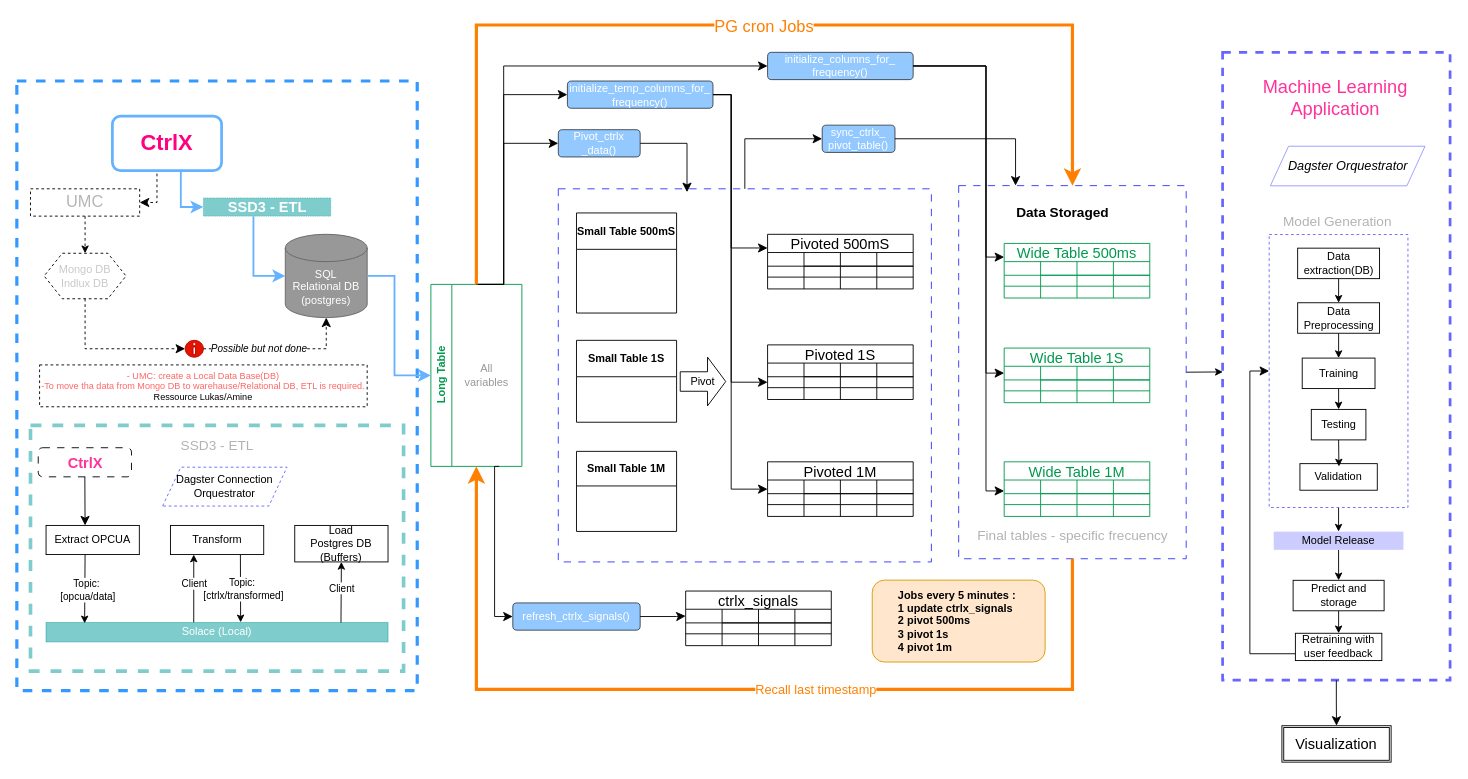
This is images/dataflows.drawio from manuelcaipocc/etl-data-streaming, a draw.io file, before an edit. Source tidied: cells renumbered, new cells numbered last; positions are measured from the earlier drawing's top-left corner, leaving out a move shared by most shapes. Both pictures are drawn from the tidied source at 91%, with x=0, y=0 at pixel (16, 25).
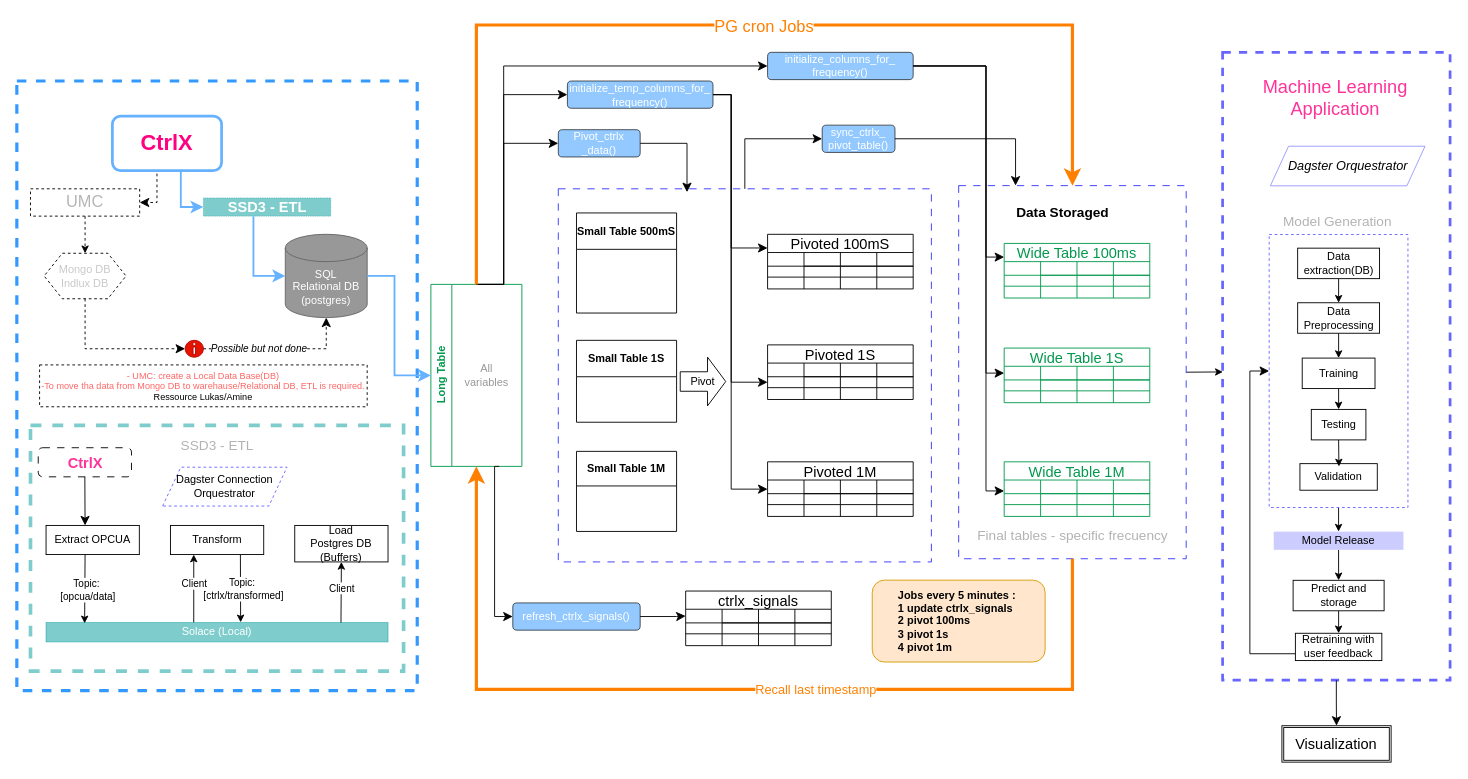
Above is the later version.

The edit, as a diff of the source:
```diff
@@
-    <mxCell id="13" value="Pivoted 500mS" style="shape=table;childLayout=tableLayout;startSize=20;fontSize=16;" parent="1" vertex="1">
+    <mxCell id="13" value="Pivoted 100mS" style="shape=table;childLayout=tableLayout;startSize=20;fontSize=16;" parent="1" vertex="1">
       <mxGeometry x="825" y="230" width="160" height="60" as="geometry" />
     </mxCell>
@@
-    <mxCell id="52" value="Wide Table 500ms" style="shape=table;childLayout=tableLayout;startSize=20;fontSize=16;strokeColor=#00994D;fontColor=#00994D;" parent="1" vertex="1">
+    <mxCell id="52" value="Wide Table 100ms" style="shape=table;childLayout=tableLayout;startSize=20;fontSize=16;strokeColor=#00994D;fontColor=#00994D;" parent="1" vertex="1">
       <mxGeometry x="1085" y="240" width="160" height="60" as="geometry" />
     </mxCell>
@@
-    <mxCell id="93" value="&lt;span style=&quot;white-space: pre;&quot;&gt;&#9;&lt;/span&gt;Jobs every 5 minutes :&lt;br&gt;&lt;span style=&quot;white-space: pre;&quot;&gt;&#9;&lt;/span&gt;1 update ctrlx_signals&lt;div&gt;&lt;span style=&quot;white-space: pre;&quot;&gt;&#9;&lt;/span&gt;2 pivot 500ms&lt;/div&gt;&lt;div&gt;&lt;span style=&quot;white-space: pre;&quot;&gt;&#9;&lt;/span&gt;3 pivot 1s&lt;br&gt;&lt;span style=&quot;white-space: pre;&quot;&gt;&#9;&lt;/span&gt;4 pivot 1m&lt;/div&gt;" style="rounded=1;html=1;fillColor=#ffe6cc;whiteSpace=wrap;align=left;strokeColor=#d79b00;fontStyle=1;" parent="1" vertex="1">
+    <mxCell id="93" value="&lt;span style=&quot;white-space: pre;&quot;&gt;&#9;&lt;/span&gt;Jobs every 5 minutes :&lt;br&gt;&lt;span style=&quot;white-space: pre;&quot;&gt;&#9;&lt;/span&gt;1 update ctrlx_signals&lt;div&gt;&lt;span style=&quot;white-space: pre;&quot;&gt;&#9;&lt;/span&gt;2 pivot 100ms&lt;/div&gt;&lt;div&gt;&lt;span style=&quot;white-space: pre;&quot;&gt;&#9;&lt;/span&gt;3 pivot 1s&lt;br&gt;&lt;span style=&quot;white-space: pre;&quot;&gt;&#9;&lt;/span&gt;4 pivot 1m&lt;/div&gt;" style="rounded=1;html=1;fillColor=#ffe6cc;whiteSpace=wrap;align=left;strokeColor=#d79b00;fontStyle=1;" parent="1" vertex="1">
       <mxGeometry x="940" y="610" width="190" height="90" as="geometry" />
     </mxCell>
```
